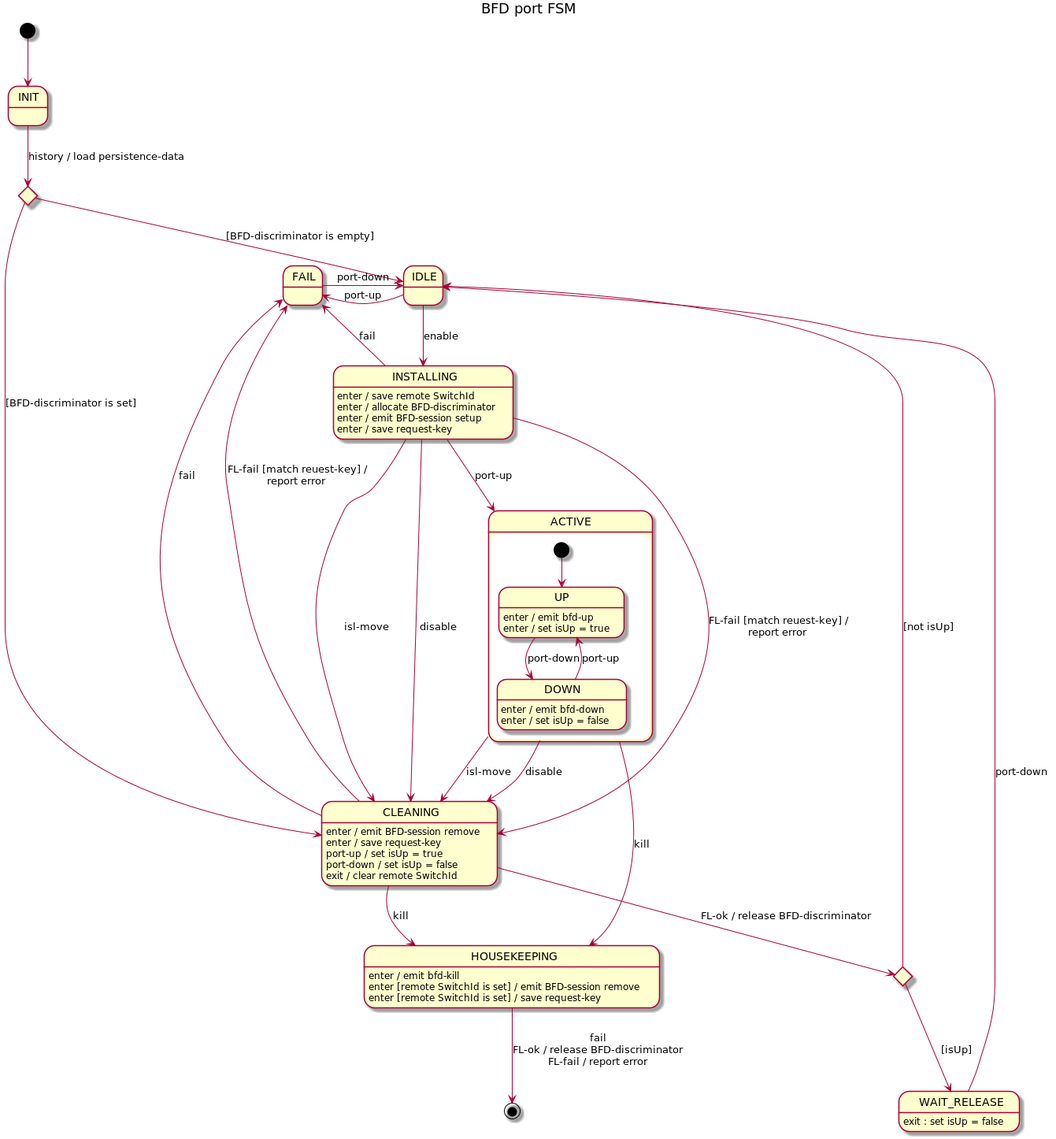
telstra/open-kilda keeps this PlantUML diagram as docs/design/network-discovery/bfd-port-FSM.png. Above is the earlier version.
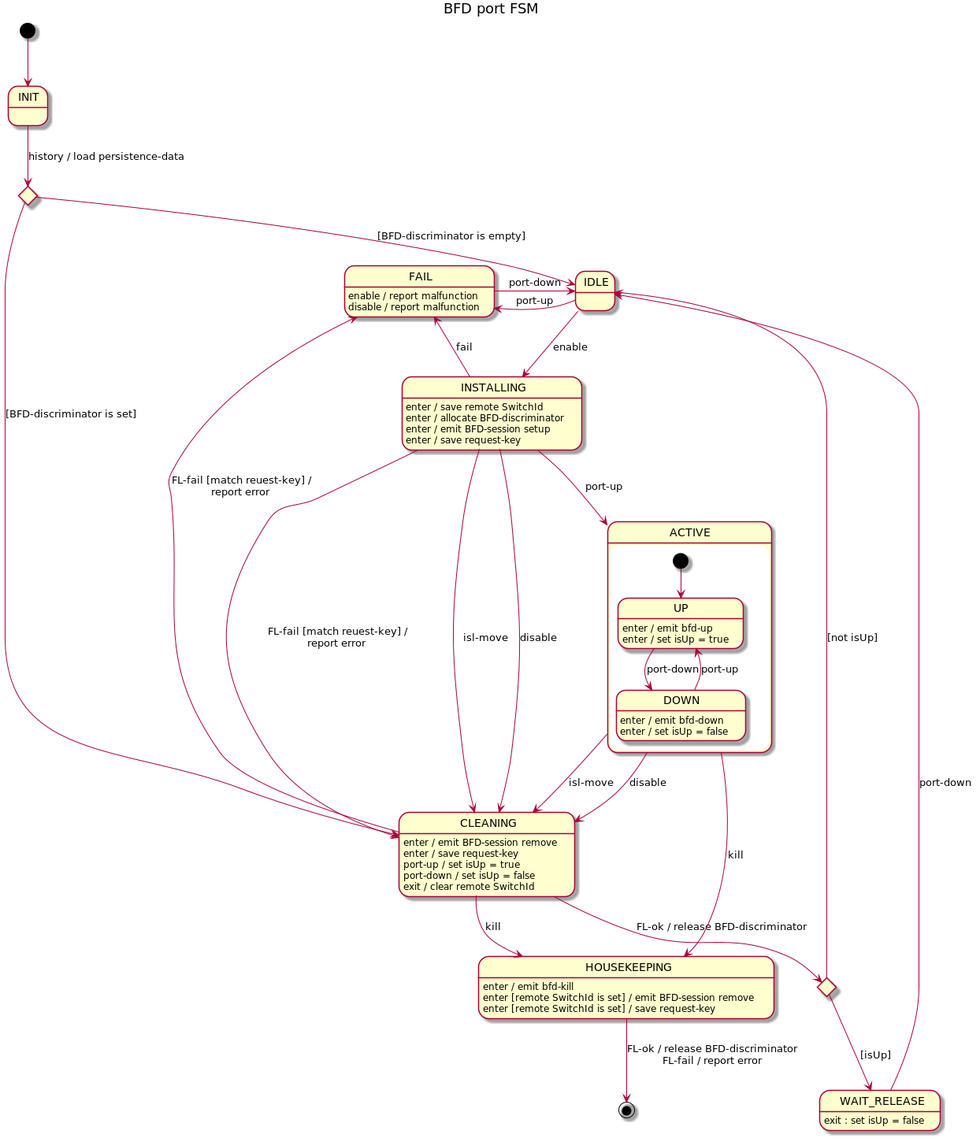
The same file after the commit.

What changed in the source:
```diff
@@ -26,7 +26,6 @@
 
 CLEANING --> cleaningChoice : FL-ok / release BFD-discriminator
 CLEANING --> FAIL : FL-fail [match reuest-key] /\nreport error
-CLEANING --> FAIL : fail
 CLEANING --> HOUSEKEEPING : kill
 CLEANING : enter / emit BFD-session remove
 CLEANING : enter / save request-key
@@ -58,8 +57,10 @@
 HOUSEKEEPING : enter / emit bfd-kill
 HOUSEKEEPING : enter [remote SwitchId is set] / emit BFD-session remove
 HOUSEKEEPING : enter [remote SwitchId is set] / save request-key
-HOUSEKEEPING --> [*] : fail\nFL-ok / release BFD-discriminator\nFL-fail / report error
+HOUSEKEEPING --> [*] : FL-ok / release BFD-discriminator\nFL-fail / report error
 
 FAIL -r-> IDLE : port-down
+FAIL : enable / report malfunction
+FAIL : disable / report malfunction
 
 @enduml
```
